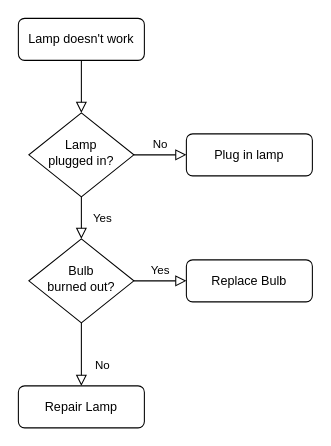
Earlier version of the draw.io diagram chainlink_hackathon.drawio (NicolasCodeP/brownie_lottery). Source tidied: cells renumbered, new cells numbered last; positions are measured from the earlier drawing's top-left corner, leaving out a move shared by most shapes. Both pictures are drawn from the tidied source at 105%, with x=0, y=0 at pixel (18, 18).
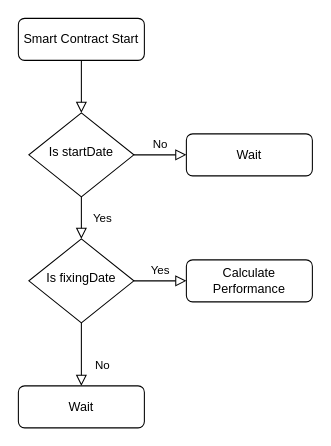
Above is the later version.

The edit, as a diff of the source:
```diff
@@
 <mxGraphModel>
   <root>
     <mxCell id="0" />
     <mxCell id="1" parent="0" />
-    <mxCell id="2" style="rounded=0;html=1;jettySize=auto;fontSize=11;endArrow=block;endFill=0;endSize=8;strokeWidth=1;shadow=0;labelBackgroundColor=none;edgeStyle=orthogonalEdgeStyle;" parent="1" edge="1" source="3" target="6">
+    <mxCell id="2" style="rounded=0;html=1;jettySize=auto;fontSize=11;endArrow=block;endFill=0;endSize=8;strokeWidth=1;shadow=0;labelBackgroundColor=none;edgeStyle=orthogonalEdgeStyle;jumpStyle=arc;flowAnimation=1;" parent="1" edge="1" source="3" target="6">
       <mxGeometry relative="1" as="geometry" />
     </mxCell>
-    <mxCell id="3" value="Lamp doesn't work" style="rounded=1;whiteSpace=wrap;html=1;fontSize=12;glass=0;strokeWidth=1;shadow=0;" parent="1" vertex="1">
+    <mxCell id="3" value="Smart Contract Start" style="rounded=1;whiteSpace=wrap;html=1;fontSize=12;glass=0;strokeWidth=1;shadow=0;" parent="1" vertex="1">
       <mxGeometry width="120" height="40" as="geometry" />
     </mxCell>
-    <mxCell id="4" value="Yes" style="rounded=0;html=1;jettySize=auto;fontSize=11;endArrow=block;endFill=0;endSize=8;strokeWidth=1;shadow=0;labelBackgroundColor=none;edgeStyle=orthogonalEdgeStyle;" parent="1" edge="1" source="6" target="10">
+    <mxCell id="4" value="Yes" style="rounded=0;html=1;jettySize=auto;fontSize=11;endArrow=block;endFill=0;endSize=8;strokeWidth=1;shadow=0;labelBackgroundColor=none;edgeStyle=orthogonalEdgeStyle;flowAnimation=1;" parent="1" edge="1" source="6" target="10">
       <mxGeometry y="20" relative="1" as="geometry" />
     </mxCell>
-    <mxCell id="5" value="No" style="edgeStyle=orthogonalEdgeStyle;rounded=0;html=1;jettySize=auto;fontSize=11;endArrow=block;endFill=0;endSize=8;strokeWidth=1;shadow=0;labelBackgroundColor=none;" parent="1" edge="1" source="6" target="7">
+    <mxCell id="5" value="No" style="edgeStyle=orthogonalEdgeStyle;rounded=0;html=1;jettySize=auto;fontSize=11;endArrow=block;endFill=0;endSize=8;strokeWidth=1;shadow=0;labelBackgroundColor=none;flowAnimation=1;" parent="1" edge="1" source="6" target="7">
       <mxGeometry y="10" relative="1" as="geometry" />
     </mxCell>
-    <mxCell id="6" value="Lamp&lt;br&gt;plugged in?" style="rhombus;whiteSpace=wrap;html=1;shadow=0;fontFamily=Helvetica;fontSize=12;align=center;strokeWidth=1;spacing=6;spacingTop=-4;" parent="1" vertex="1">
+    <mxCell id="6" value="Is startDate" style="rhombus;whiteSpace=wrap;html=1;shadow=0;fontFamily=Helvetica;fontSize=12;align=center;strokeWidth=1;spacing=6;spacingTop=-4;" parent="1" vertex="1">
       <mxGeometry x="10" y="90" width="100" height="80" as="geometry" />
     </mxCell>
-    <mxCell id="7" value="Plug in lamp" style="rounded=1;whiteSpace=wrap;html=1;fontSize=12;glass=0;strokeWidth=1;shadow=0;" parent="1" vertex="1">
+    <mxCell id="7" value="Wait" style="rounded=1;whiteSpace=wrap;html=1;fontSize=12;glass=0;strokeWidth=1;shadow=0;" parent="1" vertex="1">
       <mxGeometry x="160" y="110" width="120" height="40" as="geometry" />
     </mxCell>
-    <mxCell id="8" value="No" style="rounded=0;html=1;jettySize=auto;fontSize=11;endArrow=block;endFill=0;endSize=8;strokeWidth=1;shadow=0;labelBackgroundColor=none;edgeStyle=orthogonalEdgeStyle;" parent="1" edge="1" source="10" target="11">
+    <mxCell id="8" value="No" style="rounded=0;html=1;jettySize=auto;fontSize=11;endArrow=block;endFill=0;endSize=8;strokeWidth=1;shadow=0;labelBackgroundColor=none;edgeStyle=orthogonalEdgeStyle;flowAnimation=1;" parent="1" edge="1" source="10" target="11">
       <mxGeometry x="0.33" y="20" relative="1" as="geometry" />
     </mxCell>
-    <mxCell id="9" value="Yes" style="edgeStyle=orthogonalEdgeStyle;rounded=0;html=1;jettySize=auto;fontSize=11;endArrow=block;endFill=0;endSize=8;strokeWidth=1;shadow=0;labelBackgroundColor=none;" parent="1" edge="1" source="10" target="12">
+    <mxCell id="9" value="Yes" style="edgeStyle=orthogonalEdgeStyle;rounded=0;html=1;jettySize=auto;fontSize=11;endArrow=block;endFill=0;endSize=8;strokeWidth=1;shadow=0;labelBackgroundColor=none;flowAnimation=1;" parent="1" edge="1" source="10" target="12">
       <mxGeometry y="10" relative="1" as="geometry" />
     </mxCell>
-    <mxCell id="10" value="Bulb&lt;br&gt;burned out?" style="rhombus;whiteSpace=wrap;html=1;shadow=0;fontFamily=Helvetica;fontSize=12;align=center;strokeWidth=1;spacing=6;spacingTop=-4;" parent="1" vertex="1">
+    <mxCell id="10" value="Is fixingDate" style="rhombus;whiteSpace=wrap;html=1;shadow=0;fontFamily=Helvetica;fontSize=12;align=center;strokeWidth=1;spacing=6;spacingTop=-4;" parent="1" vertex="1">
       <mxGeometry x="10" y="210" width="100" height="80" as="geometry" />
     </mxCell>
-    <mxCell id="11" value="Repair Lamp" style="rounded=1;whiteSpace=wrap;html=1;fontSize=12;glass=0;strokeWidth=1;shadow=0;" parent="1" vertex="1">
+    <mxCell id="11" value="Wait" style="rounded=1;whiteSpace=wrap;html=1;fontSize=12;glass=0;strokeWidth=1;shadow=0;" parent="1" vertex="1">
       <mxGeometry y="350" width="120" height="40" as="geometry" />
     </mxCell>
-    <mxCell id="12" value="Replace Bulb" style="rounded=1;whiteSpace=wrap;html=1;fontSize=12;glass=0;strokeWidth=1;shadow=0;" parent="1" vertex="1">
+    <mxCell id="12" value="Calculate Performance" style="rounded=1;whiteSpace=wrap;html=1;fontSize=12;glass=0;strokeWidth=1;shadow=0;" parent="1" vertex="1">
       <mxGeometry x="160" y="230" width="120" height="40" as="geometry" />
     </mxCell>
   </root>
 </mxGraphModel>
```
